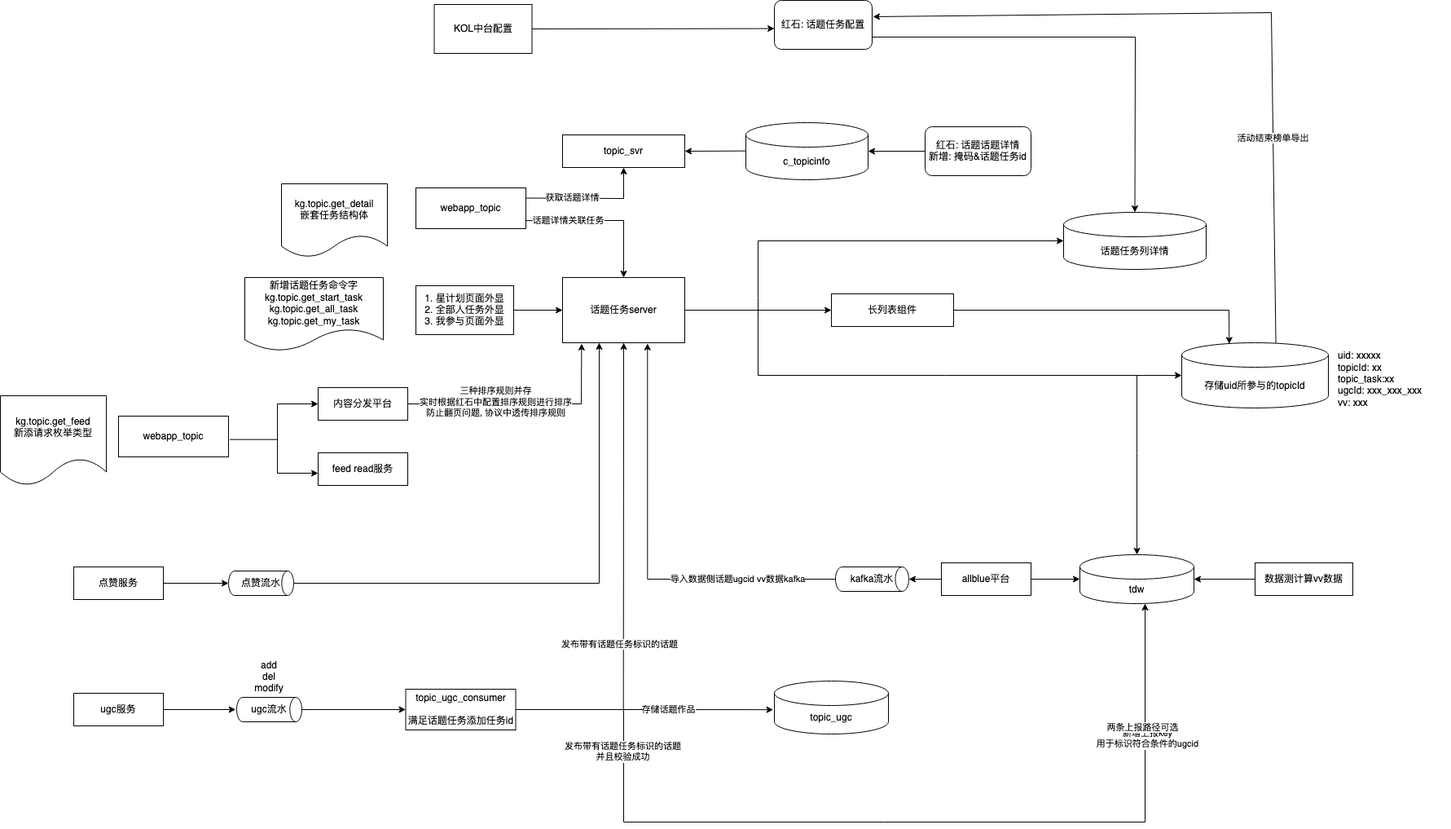
The draw.io diagram 话题任务.png in wu0hgl/note_pic, before a commit. Source tidied: cells renumbered, new cells last; positions are measured from the earlier drawing's top-left corner, leaving out a move shared by most shapes.
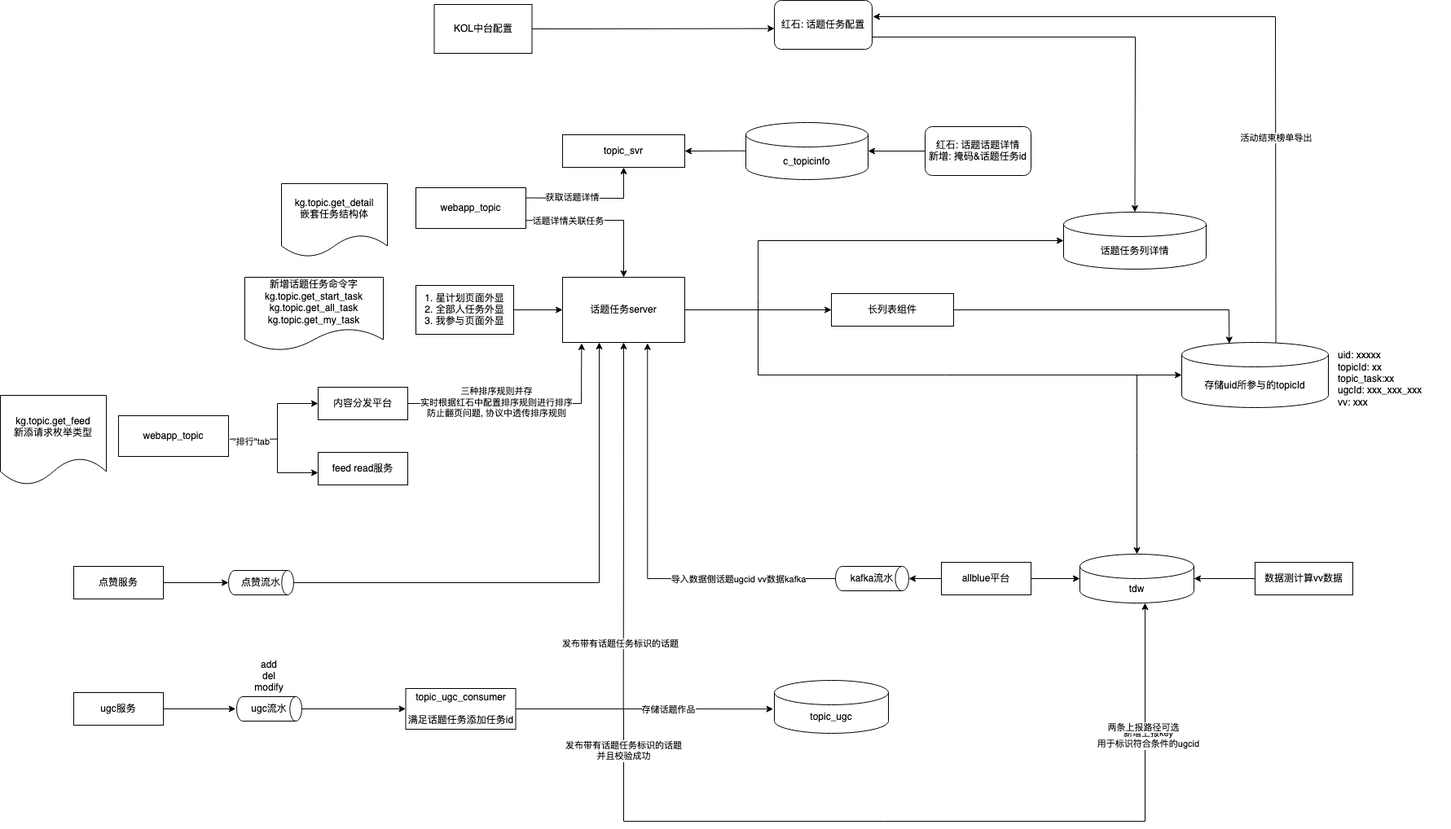
The same diagram one commit later.

Commit message:
更新话题任务.png

The edit, as a diff of the source:
```diff
@@ -30,6 +30,9 @@
         </Array>
       </mxGeometry>
     </mxCell>
+    <mxCell id="68" value="&quot;排行&quot;tab" style="edgeLabel;html=1;align=center;verticalAlign=middle;" parent="8" vertex="1">
+      <mxGeometry x="-0.66" y="-3" relative="1" as="geometry" />
+    </mxCell>
     <mxCell id="9" value="feed read服务" style="rounded=0;whiteSpace=wrap;html=1;" parent="1" vertex="1">
       <mxGeometry x="390" y="555" width="110" height="40" as="geometry" />
     </mxCell>
@@ -259,7 +262,7 @@
       <mxGeometry relative="1" as="geometry">
         <mxPoint x="1071" y="20" as="targetPoint" />
         <Array as="points">
-          <mxPoint x="1560" y="15" />
+          <mxPoint x="1565" y="20" />
         </Array>
       </mxGeometry>
     </mxCell>
```
